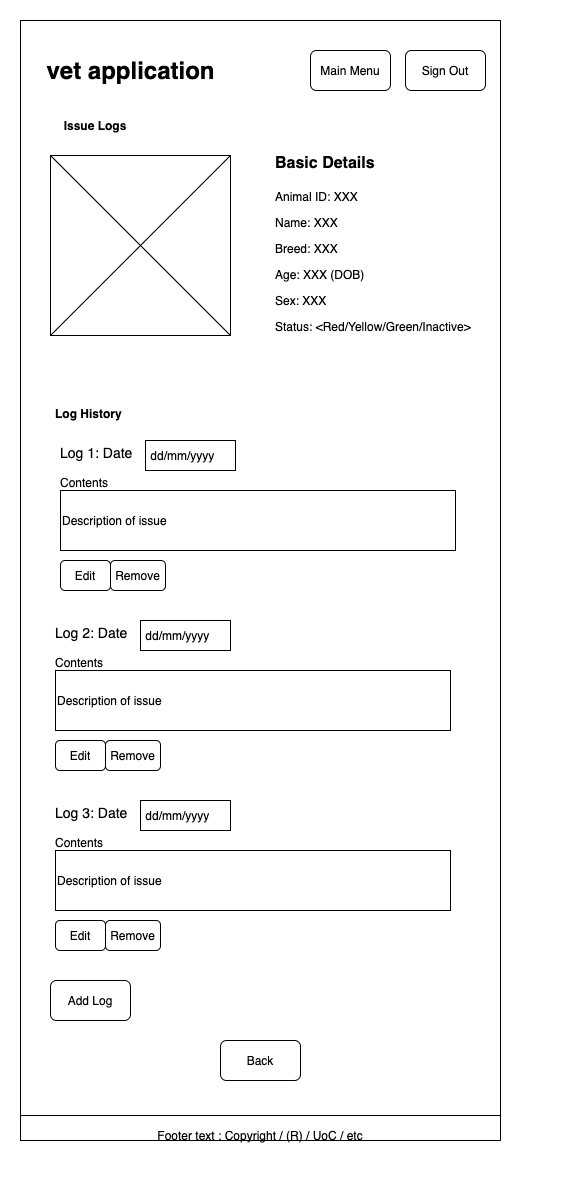
zbhavyai/veterinary-clinic keeps this draw.io diagram as wireframing/16_IssueLogs.png. Above is the earlier version. Source tidied: cells renumbered, new cells last; positions are measured from the earlier drawing's top-left corner, leaving out a move shared by most shapes.
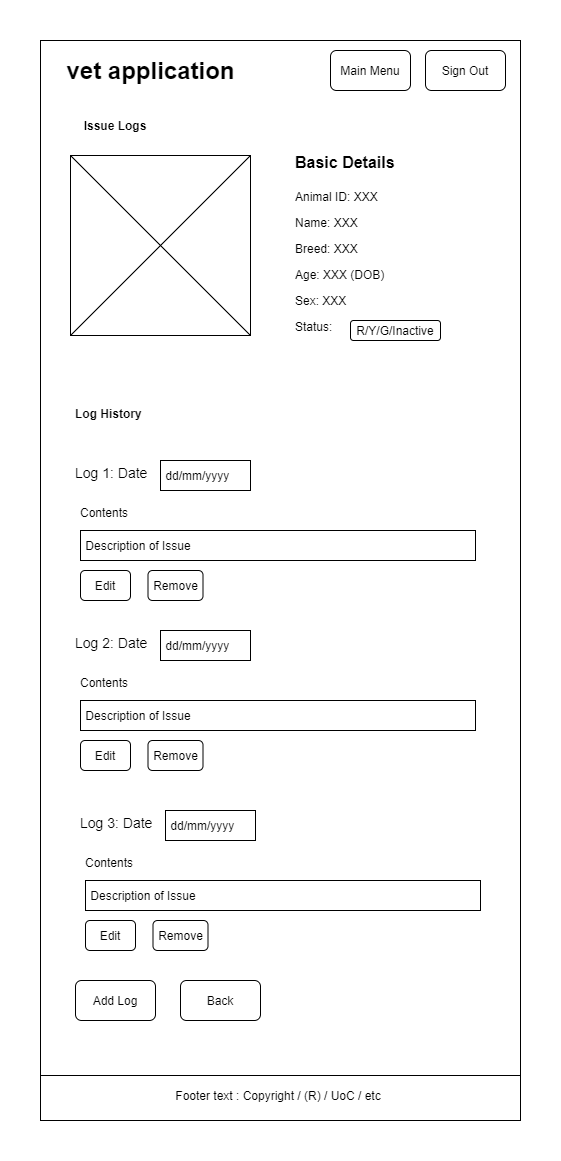
Later version of the same file.

Commit message:
docs: [U888-51, U888-52, U888-53, U888-54] adding status change button and fixing alignment

Diff of the diagram source:
```diff
@@ -3,10 +3,10 @@
     <mxCell id="0" />
     <mxCell id="1" parent="0" />
     <mxCell id="2" style="rounded=0;whiteSpace=wrap;html=1;strokeWidth=1;strokeColor=none;fillColor=none;" parent="1" vertex="1">
-      <mxGeometry width="560" height="1200" as="geometry" />
+      <mxGeometry x="-20" width="560" height="1160" as="geometry" />
     </mxCell>
     <mxCell id="3" style="rounded=0;whiteSpace=wrap;html=1;" parent="1" vertex="1">
-      <mxGeometry x="20" y="20" width="480" height="1120" as="geometry" />
+      <mxGeometry x="20" y="40" width="480" height="1080" as="geometry" />
     </mxCell>
     <mxCell id="4" value="vet application" style="text;strokeColor=none;fillColor=none;html=1;fontSize=24;fontStyle=1;verticalAlign=middle;align=center;" parent="1" vertex="1">
       <mxGeometry x="30" y="50" width="200" height="40" as="geometry" />
@@ -15,10 +15,10 @@
       <mxGeometry x="405" y="50" width="80" height="40" as="geometry" />
     </mxCell>
     <mxCell id="6" style="line;strokeWidth=1;html=1;perimeter=backbonePerimeter;" parent="1" vertex="1">
-      <mxGeometry x="20" y="1110" width="480" height="10" as="geometry" />
+      <mxGeometry x="20" y="1070" width="480" height="10" as="geometry" />
     </mxCell>
     <mxCell id="7" value="Footer text : Copyright / (R) / UoC / etc" style="text;html=1;strokeColor=none;fillColor=none;align=center;verticalAlign=middle;whiteSpace=wrap;rounded=0;" parent="1" vertex="1">
-      <mxGeometry x="30" y="1120" width="460" height="30" as="geometry" />
+      <mxGeometry x="27.5" y="1080" width="460" height="30" as="geometry" />
     </mxCell>
     <mxCell id="8" value="Main Menu" style="rounded=1;whiteSpace=wrap;html=1;" parent="1" vertex="1">
       <mxGeometry x="310" y="50" width="80" height="40" as="geometry" />
@@ -35,71 +35,74 @@
     <mxCell id="12" value="Issue Logs" style="text;html=1;strokeColor=none;fillColor=none;align=center;verticalAlign=middle;whiteSpace=wrap;rounded=0;fontStyle=1;" parent="1" vertex="1">
       <mxGeometry x="40" y="110" width="110" height="30" as="geometry" />
     </mxCell>
-    <mxCell id="13" value="&lt;h1&gt;&lt;font style=&quot;font-size: 16px&quot;&gt;Basic Details&lt;/font&gt;&lt;/h1&gt;&lt;p&gt;Animal ID: XXX&lt;/p&gt;&lt;p&gt;Name: XXX&lt;/p&gt;&lt;p&gt;Breed: XXX&lt;/p&gt;&lt;p&gt;Age: XXX (DOB)&lt;br&gt;&lt;/p&gt;&lt;p&gt;Sex: XXX&lt;/p&gt;&lt;p&gt;Status: &amp;lt;Red/Yellow/Green/Inactive&amp;gt;&lt;/p&gt;" style="text;html=1;strokeColor=none;fillColor=none;spacing=5;spacingTop=-20;whiteSpace=wrap;overflow=hidden;rounded=0;align=left;" parent="1" vertex="1">
+    <mxCell id="13" value="&lt;h1&gt;&lt;font style=&quot;font-size: 16px&quot;&gt;Basic Details&lt;/font&gt;&lt;/h1&gt;&lt;p&gt;Animal ID: XXX&lt;/p&gt;&lt;p&gt;Name: XXX&lt;/p&gt;&lt;p&gt;Breed: XXX&lt;/p&gt;&lt;p&gt;Age: XXX (DOB)&lt;br&gt;&lt;/p&gt;&lt;p&gt;Sex: XXX&lt;/p&gt;&lt;p&gt;Status:&amp;nbsp;&lt;/p&gt;" style="text;html=1;strokeColor=none;fillColor=none;spacing=5;spacingTop=-20;whiteSpace=wrap;overflow=hidden;rounded=0;align=left;" parent="1" vertex="1">
       <mxGeometry x="270" y="140" width="210" height="210" as="geometry" />
     </mxCell>
     <mxCell id="14" value="&lt;h1&gt;&lt;font style=&quot;font-size: 12px&quot;&gt;Log History&lt;/font&gt;&lt;/h1&gt;" style="text;html=1;strokeColor=none;fillColor=none;spacing=5;spacingTop=-20;whiteSpace=wrap;overflow=hidden;rounded=0;align=left;" parent="1" vertex="1">
       <mxGeometry x="50" y="390" width="200" height="40" as="geometry" />
     </mxCell>
+    <mxCell id="35" value="R/Y/G/Inactive" style="rounded=1;whiteSpace=wrap;html=1;" parent="1" vertex="1">
+      <mxGeometry x="330" y="320" width="90" height="20" as="geometry" />
+    </mxCell>
     <mxCell id="15" value="Back" style="rounded=1;whiteSpace=wrap;html=1;" parent="1" vertex="1">
-      <mxGeometry x="220" y="1040" width="80" height="40" as="geometry" />
+      <mxGeometry x="160" y="980" width="80" height="40" as="geometry" />
     </mxCell>
+    <mxCell id="28" value="&lt;h1&gt;&lt;span style=&quot;font-weight: 400&quot;&gt;&lt;font style=&quot;font-size: 14px&quot;&gt;Log 3: Date&lt;/font&gt;&lt;/span&gt;&lt;/h1&gt;" style="text;html=1;strokeColor=none;fillColor=none;spacing=5;spacingTop=-20;whiteSpace=wrap;overflow=hidden;rounded=0;align=left;" parent="1" vertex="1">
+      <mxGeometry x="55" y="800" width="90" height="40" as="geometry" />
+    </mxCell>
+    <mxCell id="36" value="&amp;nbsp;dd/mm/yyyy" style="rounded=0;whiteSpace=wrap;html=1;strokeWidth=1;fillColor=none;align=left;" parent="1" vertex="1">
+      <mxGeometry x="145" y="810" width="90" height="30" as="geometry" />
+    </mxCell>
+    <mxCell id="34" value="Add Log" style="rounded=1;whiteSpace=wrap;html=1;" parent="1" vertex="1">
+      <mxGeometry x="55" y="980" width="80" height="40" as="geometry" />
+    </mxCell>
+    <mxCell id="37" value="&lt;h1&gt;&lt;/h1&gt;Contents" style="text;html=1;strokeColor=none;fillColor=none;spacing=5;spacingTop=-20;whiteSpace=wrap;overflow=hidden;rounded=0;align=left;" parent="1" vertex="1">
+      <mxGeometry x="60" y="850" width="60" height="20" as="geometry" />
+    </mxCell>
+    <mxCell id="38" value="&amp;nbsp;Description of Issue" style="rounded=0;whiteSpace=wrap;html=1;strokeWidth=1;fillColor=none;align=left;" parent="1" vertex="1">
+      <mxGeometry x="65" y="880" width="395" height="30" as="geometry" />
+    </mxCell>
+    <mxCell id="39" value="Edit" style="rounded=1;whiteSpace=wrap;html=1;" parent="1" vertex="1">
+      <mxGeometry x="65" y="920" width="50" height="30" as="geometry" />
+    </mxCell>
+    <mxCell id="40" value="Remove" style="rounded=1;whiteSpace=wrap;html=1;" parent="1" vertex="1">
+      <mxGeometry x="132.5" y="920" width="55" height="30" as="geometry" />
+    </mxCell>
     <mxCell id="16" value="&lt;h1&gt;&lt;span style=&quot;font-weight: 400&quot;&gt;&lt;font style=&quot;font-size: 14px&quot;&gt;Log 1: Date&lt;/font&gt;&lt;/span&gt;&lt;/h1&gt;" style="text;html=1;strokeColor=none;fillColor=none;spacing=5;spacingTop=-20;whiteSpace=wrap;overflow=hidden;rounded=0;align=left;" parent="1" vertex="1">
-      <mxGeometry x="55" y="430" width="90" height="40" as="geometry" />
+      <mxGeometry x="50" y="450" width="90" height="40" as="geometry" />
     </mxCell>
-    <mxCell id="17" value="&amp;nbsp;dd/mm/yyyy" style="rounded=0;whiteSpace=wrap;html=1;strokeWidth=1;fillColor=none;align=left;" parent="1" vertex="1">
-      <mxGeometry x="145" y="440" width="90" height="30" as="geometry" />
-    </mxCell>
-    <mxCell id="18" value="&lt;h1&gt;&lt;/h1&gt;Contents" style="text;html=1;strokeColor=none;fillColor=none;spacing=5;spacingTop=-20;whiteSpace=wrap;overflow=hidden;rounded=0;align=left;" parent="1" vertex="1">
-      <mxGeometry x="55" y="470" width="60" height="20" as="geometry" />
-    </mxCell>
-    <mxCell id="19" value="Description of issue" style="rounded=0;whiteSpace=wrap;html=1;strokeWidth=1;fillColor=none;align=left;" parent="1" vertex="1">
-      <mxGeometry x="60" y="490" width="395" height="60" as="geometry" />
-    </mxCell>
-    <mxCell id="20" value="Edit" style="rounded=1;whiteSpace=wrap;html=1;" parent="1" vertex="1">
-      <mxGeometry x="60" y="560" width="50" height="30" as="geometry" />
-    </mxCell>
-    <mxCell id="21" value="Remove" style="rounded=1;whiteSpace=wrap;html=1;" parent="1" vertex="1">
-      <mxGeometry x="110" y="560" width="55" height="30" as="geometry" />
-    </mxCell>
+    <mxCell id="41" value="&amp;nbsp;dd/mm/yyyy" style="rounded=0;whiteSpace=wrap;html=1;strokeWidth=1;fillColor=none;align=left;" parent="1" vertex="1">
+      <mxGeometry x="140" y="460" width="90" height="30" as="geometry" />
+    </mxCell>
+    <mxCell id="42" value="&lt;h1&gt;&lt;/h1&gt;Contents" style="text;html=1;strokeColor=none;fillColor=none;spacing=5;spacingTop=-20;whiteSpace=wrap;overflow=hidden;rounded=0;align=left;" parent="1" vertex="1">
+      <mxGeometry x="55" y="500" width="60" height="20" as="geometry" />
+    </mxCell>
+    <mxCell id="43" value="&amp;nbsp;Description of Issue" style="rounded=0;whiteSpace=wrap;html=1;strokeWidth=1;fillColor=none;align=left;" parent="1" vertex="1">
+      <mxGeometry x="60" y="530" width="395" height="30" as="geometry" />
+    </mxCell>
+    <mxCell id="44" value="Edit" style="rounded=1;whiteSpace=wrap;html=1;" parent="1" vertex="1">
+      <mxGeometry x="60" y="570" width="50" height="30" as="geometry" />
+    </mxCell>
+    <mxCell id="45" value="Remove" style="rounded=1;whiteSpace=wrap;html=1;" parent="1" vertex="1">
+      <mxGeometry x="127.5" y="570" width="55" height="30" as="geometry" />
+    </mxCell>
     <mxCell id="22" value="&lt;h1&gt;&lt;span style=&quot;font-weight: 400&quot;&gt;&lt;font style=&quot;font-size: 14px&quot;&gt;Log 2: Date&lt;/font&gt;&lt;/span&gt;&lt;/h1&gt;" style="text;html=1;strokeColor=none;fillColor=none;spacing=5;spacingTop=-20;whiteSpace=wrap;overflow=hidden;rounded=0;align=left;" parent="1" vertex="1">
-      <mxGeometry x="50" y="610" width="90" height="40" as="geometry" />
+      <mxGeometry x="50" y="620" width="90" height="40" as="geometry" />
     </mxCell>
-    <mxCell id="23" value="&amp;nbsp;dd/mm/yyyy" style="rounded=0;whiteSpace=wrap;html=1;strokeWidth=1;fillColor=none;align=left;" parent="1" vertex="1">
-      <mxGeometry x="140" y="620" width="90" height="30" as="geometry" />
-    </mxCell>
-    <mxCell id="24" value="&lt;h1&gt;&lt;/h1&gt;Contents" style="text;html=1;strokeColor=none;fillColor=none;spacing=5;spacingTop=-20;whiteSpace=wrap;overflow=hidden;rounded=0;align=left;" parent="1" vertex="1">
-      <mxGeometry x="50" y="650" width="60" height="20" as="geometry" />
-    </mxCell>
-    <mxCell id="25" value="Description of issue" style="rounded=0;whiteSpace=wrap;html=1;strokeWidth=1;fillColor=none;align=left;" parent="1" vertex="1">
-      <mxGeometry x="55" y="670" width="395" height="60" as="geometry" />
-    </mxCell>
-    <mxCell id="26" value="Edit" style="rounded=1;whiteSpace=wrap;html=1;" parent="1" vertex="1">
-      <mxGeometry x="55" y="740" width="50" height="30" as="geometry" />
-    </mxCell>
-    <mxCell id="27" value="Remove" style="rounded=1;whiteSpace=wrap;html=1;" parent="1" vertex="1">
-      <mxGeometry x="105" y="740" width="55" height="30" as="geometry" />
-    </mxCell>
-    <mxCell id="28" value="&lt;h1&gt;&lt;span style=&quot;font-weight: 400&quot;&gt;&lt;font style=&quot;font-size: 14px&quot;&gt;Log 3: Date&lt;/font&gt;&lt;/span&gt;&lt;/h1&gt;" style="text;html=1;strokeColor=none;fillColor=none;spacing=5;spacingTop=-20;whiteSpace=wrap;overflow=hidden;rounded=0;align=left;" parent="1" vertex="1">
-      <mxGeometry x="50" y="790" width="90" height="40" as="geometry" />
-    </mxCell>
-    <mxCell id="29" value="&amp;nbsp;dd/mm/yyyy" style="rounded=0;whiteSpace=wrap;html=1;strokeWidth=1;fillColor=none;align=left;" parent="1" vertex="1">
-      <mxGeometry x="140" y="800" width="90" height="30" as="geometry" />
-    </mxCell>
-    <mxCell id="30" value="&lt;h1&gt;&lt;/h1&gt;Contents" style="text;html=1;strokeColor=none;fillColor=none;spacing=5;spacingTop=-20;whiteSpace=wrap;overflow=hidden;rounded=0;align=left;" parent="1" vertex="1">
-      <mxGeometry x="50" y="830" width="60" height="20" as="geometry" />
-    </mxCell>
-    <mxCell id="31" value="Description of issue" style="rounded=0;whiteSpace=wrap;html=1;strokeWidth=1;fillColor=none;align=left;" parent="1" vertex="1">
-      <mxGeometry x="55" y="850" width="395" height="60" as="geometry" />
-    </mxCell>
-    <mxCell id="32" value="Edit" style="rounded=1;whiteSpace=wrap;html=1;" parent="1" vertex="1">
-      <mxGeometry x="55" y="920" width="50" height="30" as="geometry" />
-    </mxCell>
-    <mxCell id="33" value="Remove" style="rounded=1;whiteSpace=wrap;html=1;" parent="1" vertex="1">
-      <mxGeometry x="105" y="920" width="55" height="30" as="geometry" />
-    </mxCell>
-    <mxCell id="34" value="Add Log" style="rounded=1;whiteSpace=wrap;html=1;" parent="1" vertex="1">
-      <mxGeometry x="50" y="980" width="80" height="40" as="geometry" />
-    </mxCell>
+    <mxCell id="46" value="&amp;nbsp;dd/mm/yyyy" style="rounded=0;whiteSpace=wrap;html=1;strokeWidth=1;fillColor=none;align=left;" parent="1" vertex="1">
+      <mxGeometry x="140" y="630" width="90" height="30" as="geometry" />
+    </mxCell>
+    <mxCell id="47" value="&lt;h1&gt;&lt;/h1&gt;Contents" style="text;html=1;strokeColor=none;fillColor=none;spacing=5;spacingTop=-20;whiteSpace=wrap;overflow=hidden;rounded=0;align=left;" parent="1" vertex="1">
+      <mxGeometry x="55" y="670" width="60" height="20" as="geometry" />
+    </mxCell>
+    <mxCell id="48" value="&amp;nbsp;Description of Issue" style="rounded=0;whiteSpace=wrap;html=1;strokeWidth=1;fillColor=none;align=left;" parent="1" vertex="1">
+      <mxGeometry x="60" y="700" width="395" height="30" as="geometry" />
+    </mxCell>
+    <mxCell id="49" value="Edit" style="rounded=1;whiteSpace=wrap;html=1;" parent="1" vertex="1">
+      <mxGeometry x="60" y="740" width="50" height="30" as="geometry" />
+    </mxCell>
+    <mxCell id="50" value="Remove" style="rounded=1;whiteSpace=wrap;html=1;" parent="1" vertex="1">
+      <mxGeometry x="127.5" y="740" width="55" height="30" as="geometry" />
+    </mxCell>
   </root>
 </mxGraphModel>
```
